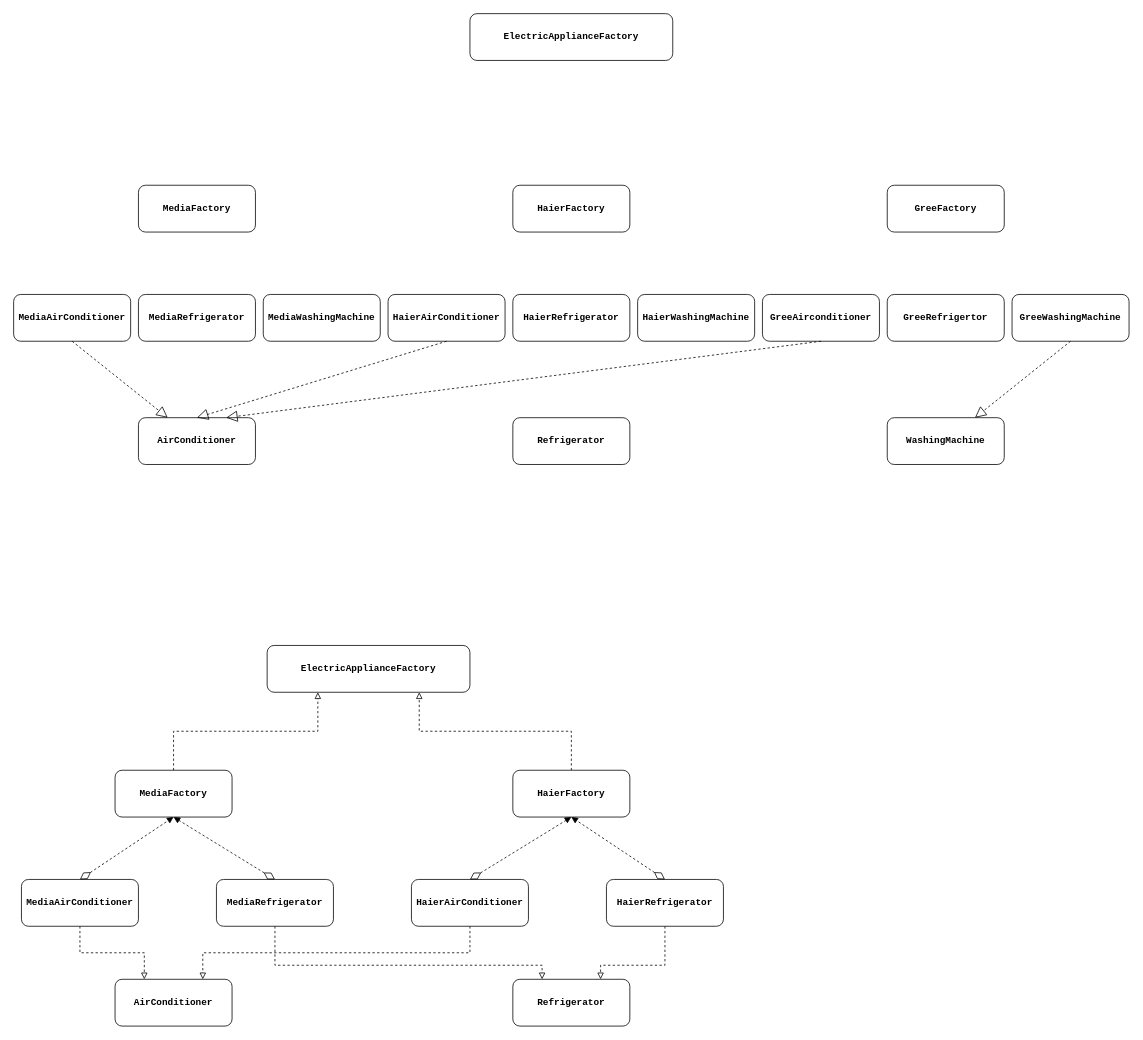
Muggle666/PicGo keeps this draw.io diagram as 设计模式/抽象工厂模式/AbstarctFactory-Sample.drawio. Above is the earlier version. Source tidied: cells renumbered, new cells numbered last; positions are measured from the earlier drawing's top-left corner, leaving out a move shared by most shapes. Both pictures are drawn from the tidied source at 78%, with x=0, y=0 at pixel (13, 13).
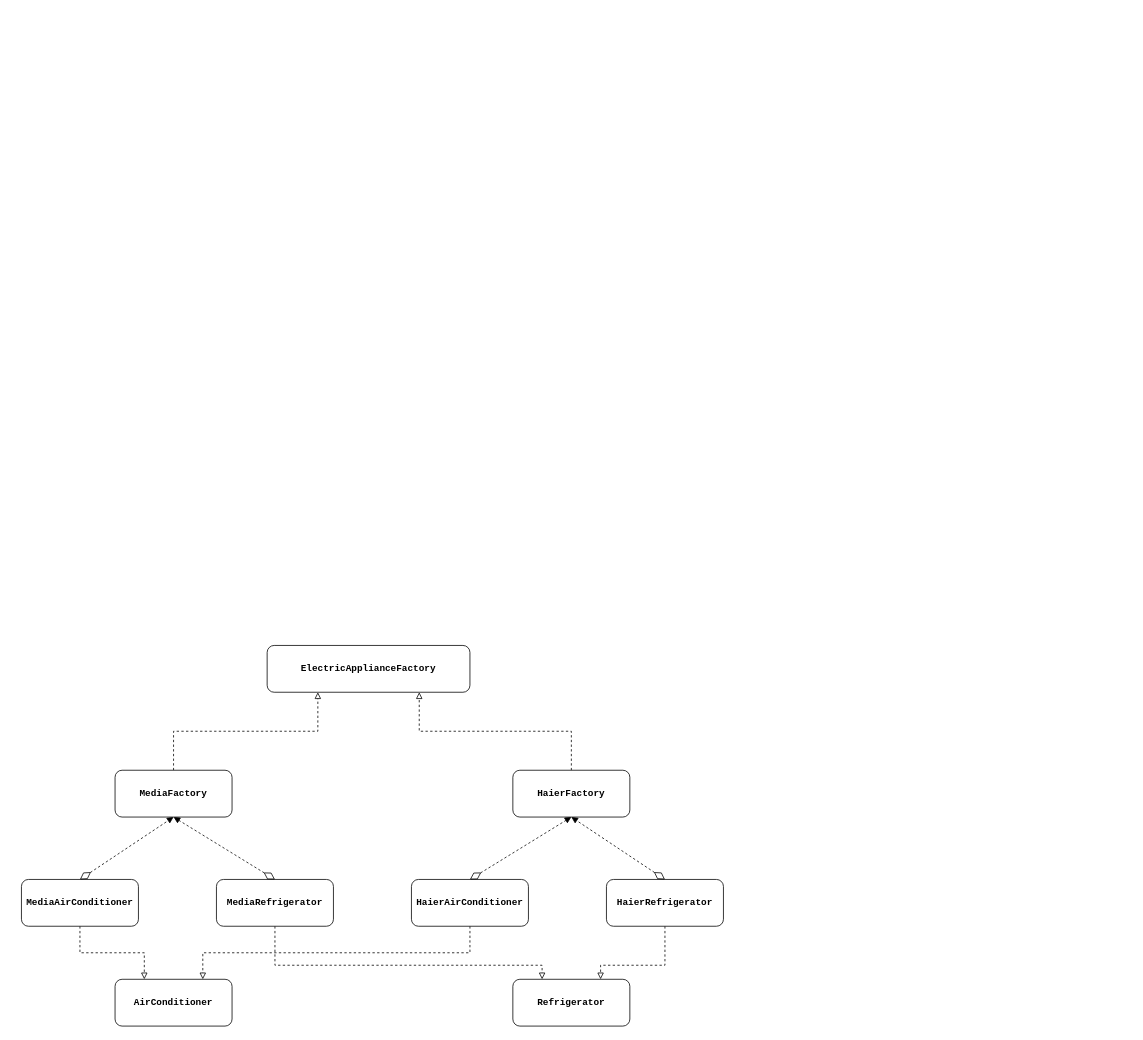
The same diagram, later.

Change to the diagram source:
```diff
@@
-    <mxCell id="2" value="&lt;pre&gt;MediaFactory&lt;/pre&gt;" style="rounded=1;whiteSpace=wrap;html=1;fontStyle=1;" parent="1" vertex="1">
-      <mxGeometry x="160" y="220" width="150" height="60" as="geometry" />
-    </mxCell>
-    <mxCell id="3" value="&lt;pre&gt;ElectricApplianceFactory&lt;/pre&gt;" style="rounded=1;whiteSpace=wrap;html=1;fontStyle=1;" parent="1" vertex="1">
-      <mxGeometry x="585" width="260" height="60" as="geometry" />
-    </mxCell>
-    <mxCell id="4" value="&lt;pre&gt;AirConditioner&lt;/pre&gt;" style="rounded=1;whiteSpace=wrap;html=1;fontStyle=1;" parent="1" vertex="1">
-      <mxGeometry x="160" y="518" width="150" height="60" as="geometry" />
-    </mxCell>
-    <mxCell id="5" value="&lt;pre&gt;Refrigerator&lt;/pre&gt;" style="rounded=1;whiteSpace=wrap;html=1;fontStyle=1;" parent="1" vertex="1">
-      <mxGeometry x="640" y="518" width="150" height="60" as="geometry" />
-    </mxCell>
-    <mxCell id="6" value="&lt;pre&gt;HaierFactory&lt;/pre&gt;" style="rounded=1;whiteSpace=wrap;html=1;fontStyle=1;" parent="1" vertex="1">
-      <mxGeometry x="640" y="220" width="150" height="60" as="geometry" />
-    </mxCell>
-    <mxCell id="7" value="&lt;pre&gt;&lt;pre&gt;WashingMachine&lt;/pre&gt;&lt;/pre&gt;" style="rounded=1;whiteSpace=wrap;html=1;fontStyle=1;" parent="1" vertex="1">
-      <mxGeometry x="1120" y="518" width="150" height="60" as="geometry" />
-    </mxCell>
-    <mxCell id="8" value="&lt;pre&gt;GreeFactory&lt;/pre&gt;" style="rounded=1;whiteSpace=wrap;html=1;fontStyle=1;" parent="1" vertex="1">
-      <mxGeometry x="1120" y="220" width="150" height="60" as="geometry" />
-    </mxCell>
-    <mxCell id="9" value="&lt;pre&gt;MediaRefrigerator&lt;/pre&gt;" style="rounded=1;whiteSpace=wrap;html=1;flipH=1;flipV=1;direction=east;fontStyle=1;" parent="1" vertex="1">
-      <mxGeometry x="160" y="360" width="150" height="60" as="geometry" />
-    </mxCell>
-    <mxCell id="10" value="&lt;pre&gt;GreeRefrigertor&lt;/pre&gt;" style="rounded=1;whiteSpace=wrap;html=1;flipH=1;flipV=1;direction=east;fontStyle=1;" parent="1" vertex="1">
-      <mxGeometry x="1120" y="360" width="150" height="60" as="geometry" />
-    </mxCell>
-    <mxCell id="11" value="&lt;pre&gt;HaierRefrigerator&lt;/pre&gt;" style="rounded=1;whiteSpace=wrap;html=1;flipH=1;flipV=1;direction=east;fontStyle=1;" parent="1" vertex="1">
-      <mxGeometry x="640" y="360" width="150" height="60" as="geometry" />
-    </mxCell>
-    <mxCell id="12" value="&lt;pre&gt;MediaAirConditioner&lt;/pre&gt;" style="rounded=1;whiteSpace=wrap;html=1;flipH=1;flipV=1;fontStyle=1;" parent="1" vertex="1">
-      <mxGeometry y="360" width="150" height="60" as="geometry" />
-    </mxCell>
-    <mxCell id="13" value="&lt;pre&gt;MediaWashingMachine&lt;/pre&gt;" style="rounded=1;whiteSpace=wrap;html=1;flipH=1;flipV=1;direction=east;fontStyle=1;" parent="1" vertex="1">
-      <mxGeometry x="320" y="360" width="150" height="60" as="geometry" />
-    </mxCell>
-    <mxCell id="14" value="&lt;pre&gt;GreeAirconditioner&lt;/pre&gt;" style="rounded=1;whiteSpace=wrap;html=1;flipH=1;flipV=1;direction=east;fontStyle=1;" parent="1" vertex="1">
-      <mxGeometry x="960" y="360" width="150" height="60" as="geometry" />
-    </mxCell>
-    <mxCell id="15" value="&lt;pre&gt;HaierAirConditioner&lt;/pre&gt;" style="rounded=1;whiteSpace=wrap;html=1;flipH=1;flipV=1;direction=east;fontStyle=1;" parent="1" vertex="1">
-      <mxGeometry x="480" y="360" width="150" height="60" as="geometry" />
-    </mxCell>
-    <mxCell id="16" value="&lt;pre&gt;HaierWashingMachine&lt;/pre&gt;" style="rounded=1;whiteSpace=wrap;html=1;flipH=1;flipV=1;direction=east;fontStyle=1;" parent="1" vertex="1">
-      <mxGeometry x="800" y="360" width="150" height="60" as="geometry" />
-    </mxCell>
-    <mxCell id="17" value="&lt;pre&gt;GreeWashingMachine&lt;/pre&gt;" style="rounded=1;whiteSpace=wrap;html=1;flipH=1;flipV=1;direction=east;fontStyle=1;" parent="1" vertex="1">
-      <mxGeometry x="1280" y="360" width="150" height="60" as="geometry" />
-    </mxCell>
-    <mxCell id="18" style="endArrow=block;dashed=1;endFill=0;endSize=12;html=1;exitX=0.5;exitY=1;exitDx=0;exitDy=0;entryX=0.25;entryY=0;entryDx=0;entryDy=0;" parent="1" edge="1" source="12" target="4">
-      <mxGeometry relative="1" as="geometry" />
-    </mxCell>
-    <mxCell id="19" style="endArrow=block;dashed=1;endFill=0;endSize=12;html=1;exitX=0.5;exitY=1;exitDx=0;exitDy=0;entryX=0.75;entryY=0;entryDx=0;entryDy=0;" parent="1" edge="1" source="14" target="4">
-      <mxGeometry relative="1" as="geometry" />
-    </mxCell>
-    <mxCell id="20" style="endArrow=block;dashed=1;endFill=0;endSize=12;html=1;exitX=0.5;exitY=1;exitDx=0;exitDy=0;entryX=0.5;entryY=0;entryDx=0;entryDy=0;" parent="1" edge="1" source="15" target="4">
-      <mxGeometry relative="1" as="geometry" />
-    </mxCell>
-    <mxCell id="21" style="endArrow=block;dashed=1;endFill=0;endSize=12;html=1;exitX=0.5;exitY=1;exitDx=0;exitDy=0;entryX=0.75;entryY=0;entryDx=0;entryDy=0;" parent="1" edge="1" source="17" target="7">
-      <mxGeometry relative="1" as="geometry" />
-    </mxCell>
```
